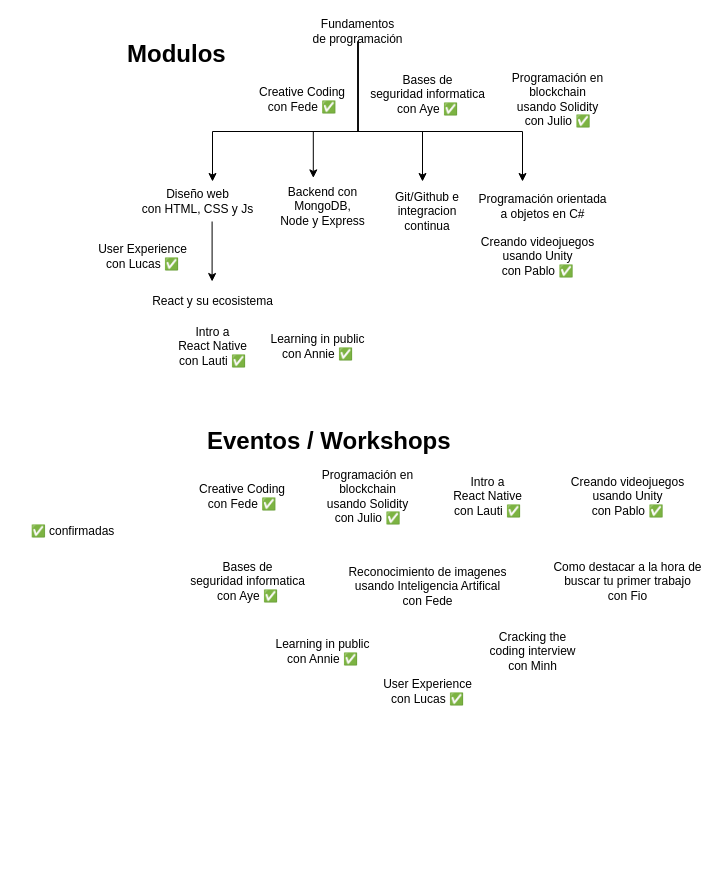
This is diagram.drawio from coderhood-dev/academy, a draw.io file, before an edit. Source tidied: cells renumbered, new cells numbered last; positions are measured from the earlier drawing's top-left corner, leaving out a move shared by most shapes. Both pictures are drawn from the tidied source at 100%, with x=0, y=0 at pixel (22, 21).
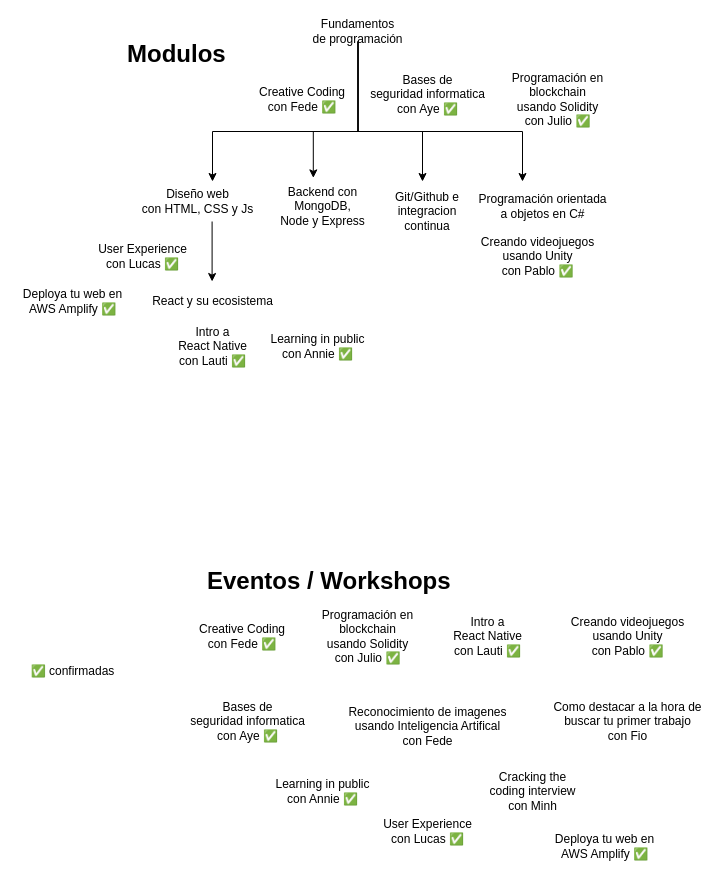
After the change.

The edit, as a diff of the source:
```diff
@@
     <mxCell id="14" value="&lt;h1&gt;Eventos / Workshops&lt;/h1&gt;&lt;p&gt;&lt;br&gt;&lt;/p&gt;" style="text;html=1;strokeColor=none;fillColor=none;spacing=5;spacingTop=-20;whiteSpace=wrap;overflow=hidden;rounded=0;" parent="1" vertex="1">
-      <mxGeometry x="180" y="400" width="257" height="40" as="geometry" />
+      <mxGeometry x="180" y="540" width="257" height="40" as="geometry" />
     </mxCell>
     <mxCell id="15" value="Creative Coding&lt;br&gt;con Fede ✅" style="text;html=1;strokeColor=none;fillColor=none;align=center;verticalAlign=middle;whiteSpace=wrap;rounded=0;" parent="1" vertex="1">
-      <mxGeometry x="175" y="467.5" width="90" height="15" as="geometry" />
+      <mxGeometry x="175" y="607.5" width="90" height="15" as="geometry" />
     </mxCell>
     <mxCell id="16" value="Programación en&lt;br&gt;blockchain&lt;br&gt;usando Solidity&lt;br&gt;con Julio&amp;nbsp;&lt;span&gt;✅&lt;/span&gt;" style="text;html=1;align=center;verticalAlign=middle;strokeColor=none;" parent="1" vertex="1">
-      <mxGeometry x="290" y="445" width="110" height="60" as="geometry" />
+      <mxGeometry x="290" y="585" width="110" height="60" as="geometry" />
     </mxCell>
     <mxCell id="17" value="Intro a&lt;br&gt;React Native&lt;br&gt;con Lauti&amp;nbsp;&lt;span&gt;✅&lt;/span&gt;" style="text;html=1;align=center;verticalAlign=middle;strokeColor=none;" parent="1" vertex="1">
-      <mxGeometry x="425" y="450" width="80" height="50" as="geometry" />
+      <mxGeometry x="425" y="590" width="80" height="50" as="geometry" />
     </mxCell>
     <mxCell id="18" value="Creando videojuegos&lt;br&gt;usando Unity&lt;br&gt;con Pablo&amp;nbsp;&lt;span&gt;✅&lt;/span&gt;" style="text;html=1;align=center;verticalAlign=middle;strokeColor=none;" parent="1" vertex="1">
-      <mxGeometry x="540" y="450" width="130" height="50" as="geometry" />
+      <mxGeometry x="540" y="590" width="130" height="50" as="geometry" />
     </mxCell>
@@
     <mxCell id="20" value="Reconocimiento de imagenes&lt;br&gt;usando Inteligencia Artifical&lt;br&gt;con Fede" style="text;html=1;align=center;verticalAlign=middle;strokeColor=none;" parent="1" vertex="1">
-      <mxGeometry x="320" y="540" width="170" height="50" as="geometry" />
+      <mxGeometry x="320" y="680" width="170" height="50" as="geometry" />
     </mxCell>
     <mxCell id="21" value="Como destacar a la hora de&lt;br&gt;buscar tu primer trabajo&lt;br&gt;con Fio" style="text;html=1;align=center;verticalAlign=middle;strokeColor=none;" parent="1" vertex="1">
-      <mxGeometry x="525" y="535" width="160" height="50" as="geometry" />
+      <mxGeometry x="525" y="675" width="160" height="50" as="geometry" />
     </mxCell>
     <mxCell id="22" value="Learning in public&lt;br&gt;con Annie ✅" style="text;html=1;align=center;verticalAlign=middle;strokeColor=none;" parent="1" vertex="1">
-      <mxGeometry x="245" y="615" width="110" height="30" as="geometry" />
+      <mxGeometry x="245" y="755" width="110" height="30" as="geometry" />
     </mxCell>
     <mxCell id="23" value="Cracking the&lt;br&gt;coding interview&lt;br&gt;con Minh" style="text;html=1;align=center;verticalAlign=middle;strokeColor=none;" parent="1" vertex="1">
-      <mxGeometry x="460" y="605" width="100" height="50" as="geometry" />
+      <mxGeometry x="460" y="745" width="100" height="50" as="geometry" />
     </mxCell>
     <mxCell id="24" value="&lt;span&gt;✅ confirmadas&lt;/span&gt;" style="text;html=1;align=center;verticalAlign=middle;strokeColor=none;" parent="1" vertex="1">
-      <mxGeometry y="500" width="100" height="20" as="geometry" />
+      <mxGeometry y="640" width="100" height="20" as="geometry" />
     </mxCell>
     <mxCell id="25" value="User Experience&lt;br&gt;con Lucas ✅" style="text;html=1;align=center;verticalAlign=middle;strokeColor=none;" parent="1" vertex="1">
-      <mxGeometry x="355" y="655" width="100" height="30" as="geometry" />
+      <mxGeometry x="355" y="795" width="100" height="30" as="geometry" />
     </mxCell>
@@
     <mxCell id="27" value="Bases de &lt;br&gt;seguridad informatica&lt;br&gt;con Aye&amp;nbsp;&lt;span&gt;✅&lt;/span&gt;" style="text;html=1;align=center;verticalAlign=middle;strokeColor=none;" parent="1" vertex="1">
-      <mxGeometry x="160" y="535" width="130" height="50" as="geometry" />
+      <mxGeometry x="160" y="675" width="130" height="50" as="geometry" />
     </mxCell>
@@
+    <mxCell id="33" value="Deploya tu web en&lt;br&gt;AWS Amplify ✅" style="text;html=1;align=center;verticalAlign=middle;strokeColor=none;" parent="1" vertex="1">
+      <mxGeometry x="527" y="810" width="110" height="30" as="geometry" />
+    </mxCell>
+    <mxCell id="34" value="Deploya tu web en&lt;br&gt;AWS Amplify ✅" style="text;html=1;align=center;verticalAlign=middle;strokeColor=none;" parent="1" vertex="1">
+      <mxGeometry x="-5" y="265" width="110" height="30" as="geometry" />
+    </mxCell>
```
